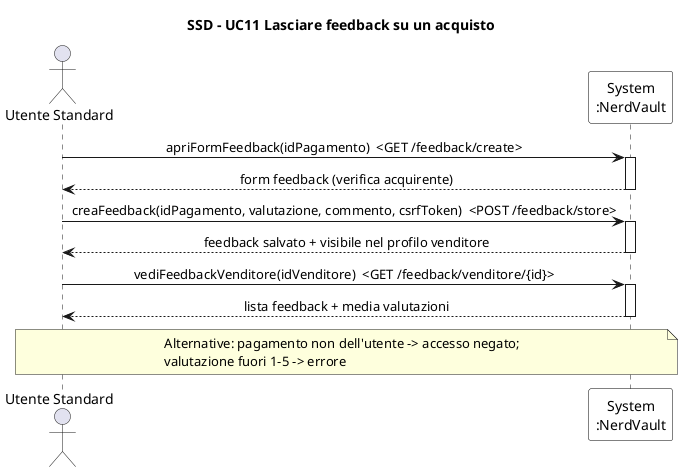
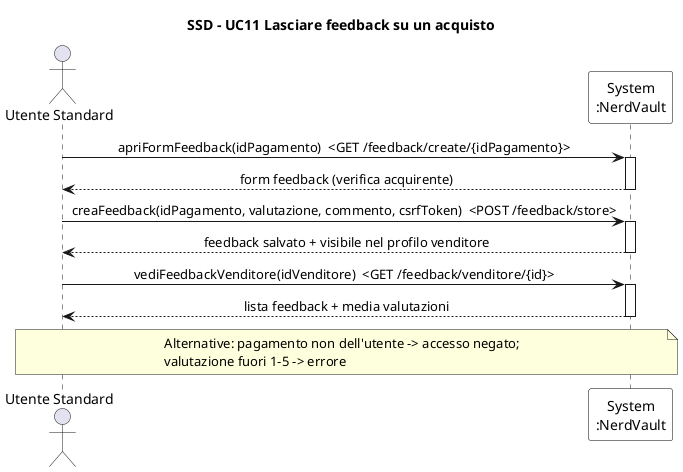
@startuml SSD_UC11_Feedback
' System Sequence Diagram - UC11 Lasciare feedback su un acquisto
title SSD - UC11 Lasciare feedback su un acquisto

skinparam sequenceMessageAlign center
skinparam participant {
  BorderColor black
  BackgroundColor white
}

actor "Utente Standard" as U
participant "System\n:NerdVault" as S

- U -> S : apriFormFeedback(idPagamento)  <GET /feedback/create>
+ U -> S : apriFormFeedback(idPagamento)  <GET /feedback/create/{idPagamento}>
activate S
S --> U : form feedback (verifica acquirente)
deactivate S

U -> S : creaFeedback(idPagamento, valutazione, commento, csrfToken)  <POST /feedback/store>
activate S
S --> U : feedback salvato + visibile nel profilo venditore
deactivate S

U -> S : vediFeedbackVenditore(idVenditore)  <GET /feedback/venditore/{id}>
activate S
S --> U : lista feedback + media valutazioni
deactivate S

note over U, S
  Alternative: pagamento non dell'utente -> accesso negato;
  valutazione fuori 1-5 -> errore
end note
@enduml
